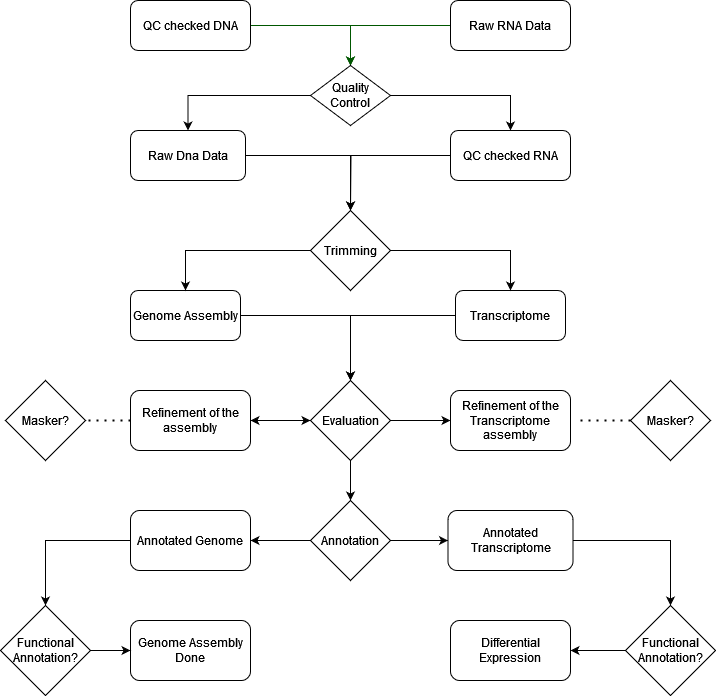
MikeGenes/GenomeProject keeps this draw.io diagram as Genome_Analysis_workflow.drawio.png. Above is the earlier version. Source tidied: cells renumbered, new cells last; positions are measured from the earlier drawing's top-left corner, leaving out a move shared by most shapes.
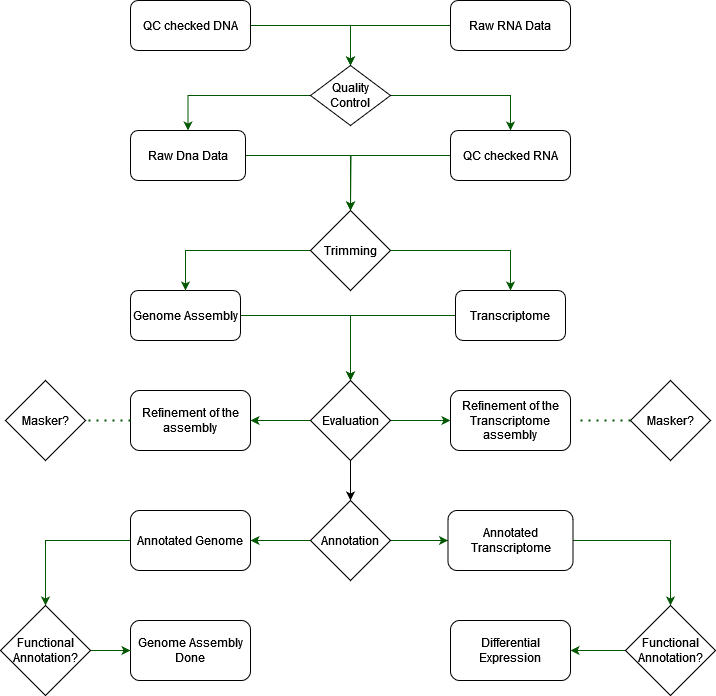
The same diagram one commit later.

Change to the diagram source:
```diff
@@ -2,7 +2,7 @@
   <root>
     <mxCell id="0" />
     <mxCell id="1" parent="0" />
-    <mxCell id="2" style="edgeStyle=orthogonalEdgeStyle;rounded=0;jettySize=auto;html=1;entryX=0.5;entryY=0;entryDx=0;entryDy=0;" parent="1" edge="1" source="3" target="28">
+    <mxCell id="2" style="edgeStyle=orthogonalEdgeStyle;rounded=0;jettySize=auto;html=1;entryX=0.5;entryY=0;entryDx=0;entryDy=0;fillColor=#008a00;strokeColor=#005700;" parent="1" edge="1" source="3" target="28">
       <mxGeometry relative="1" as="geometry" />
     </mxCell>
     <mxCell id="3" value="Raw Dna Data" style="rounded=1;whiteSpace=wrap;html=1;" parent="1" vertex="1">
@@ -14,16 +14,16 @@
     <mxCell id="5" value="QC checked DNA" style="rounded=1;whiteSpace=wrap;html=1;" parent="1" vertex="1">
       <mxGeometry x="130" width="120" height="50" as="geometry" />
     </mxCell>
-    <mxCell id="6" style="edgeStyle=orthogonalEdgeStyle;rounded=0;jettySize=auto;html=1;" parent="1" edge="1" source="7" target="43">
+    <mxCell id="6" style="edgeStyle=orthogonalEdgeStyle;rounded=0;jettySize=auto;html=1;fillColor=#008a00;strokeColor=#005700;" parent="1" edge="1" source="7" target="43">
       <mxGeometry relative="1" as="geometry" />
     </mxCell>
     <mxCell id="7" value="Genome Assembly" style="rounded=1;whiteSpace=wrap;html=1;" parent="1" vertex="1">
       <mxGeometry x="130" y="290" width="110" height="50" as="geometry" />
     </mxCell>
-    <mxCell id="8" style="edgeStyle=orthogonalEdgeStyle;rounded=0;jettySize=auto;html=1;" parent="1" edge="1" source="43" target="11">
+    <mxCell id="8" style="edgeStyle=orthogonalEdgeStyle;rounded=0;jettySize=auto;html=1;fillColor=#008a00;strokeColor=#005700;" parent="1" edge="1" source="43" target="11">
       <mxGeometry relative="1" as="geometry" />
     </mxCell>
-    <mxCell id="9" style="edgeStyle=orthogonalEdgeStyle;rounded=0;jettySize=auto;html=1;" parent="1" edge="1" source="43" target="31">
+    <mxCell id="9" style="edgeStyle=orthogonalEdgeStyle;rounded=0;jettySize=auto;html=1;fillColor=#008a00;strokeColor=#005700;" parent="1" edge="1" source="43" target="31">
       <mxGeometry relative="1" as="geometry" />
     </mxCell>
     <mxCell id="10" style="edgeStyle=orthogonalEdgeStyle;rounded=0;jettySize=auto;html=1;" parent="1" edge="1" source="43" target="15">
@@ -35,16 +35,16 @@
     <mxCell id="12" value="Masker?" style="rhombus;whiteSpace=wrap;html=1;" parent="1" vertex="1">
       <mxGeometry x="5" y="380" width="80" height="80" as="geometry" />
     </mxCell>
-    <mxCell id="13" style="edgeStyle=orthogonalEdgeStyle;rounded=0;jettySize=auto;html=1;" parent="1" edge="1" source="15" target="17">
+    <mxCell id="13" style="edgeStyle=orthogonalEdgeStyle;rounded=0;jettySize=auto;html=1;fillColor=#008a00;strokeColor=#005700;" parent="1" edge="1" source="15" target="17">
       <mxGeometry relative="1" as="geometry" />
     </mxCell>
-    <mxCell id="14" style="edgeStyle=orthogonalEdgeStyle;rounded=0;jettySize=auto;html=1;" parent="1" edge="1" source="15" target="34">
+    <mxCell id="14" style="edgeStyle=orthogonalEdgeStyle;rounded=0;jettySize=auto;html=1;fillColor=#008a00;strokeColor=#005700;" parent="1" edge="1" source="15" target="34">
       <mxGeometry relative="1" as="geometry" />
     </mxCell>
     <mxCell id="15" value="Annotation" style="rhombus;whiteSpace=wrap;html=1;rounded=0;" parent="1" vertex="1">
       <mxGeometry x="310" y="500" width="80" height="80" as="geometry" />
     </mxCell>
-    <mxCell id="16" style="edgeStyle=orthogonalEdgeStyle;rounded=0;jettySize=auto;html=1;" parent="1" edge="1" source="17" target="45">
+    <mxCell id="16" style="edgeStyle=orthogonalEdgeStyle;rounded=0;jettySize=auto;html=1;fillColor=#008a00;strokeColor=#005700;" parent="1" edge="1" source="17" target="45">
       <mxGeometry relative="1" as="geometry" />
     </mxCell>
     <mxCell id="17" value="Annotated Genome" style="whiteSpace=wrap;html=1;rounded=1;" parent="1" vertex="1">
@@ -65,16 +65,16 @@
     <mxCell id="21" value="Raw RNA Data" style="rounded=1;whiteSpace=wrap;html=1;" parent="1" vertex="1">
       <mxGeometry x="450" width="120" height="50" as="geometry" />
     </mxCell>
-    <mxCell id="22" style="edgeStyle=orthogonalEdgeStyle;rounded=0;jettySize=auto;html=1;" parent="1" edge="1" source="24" target="26">
+    <mxCell id="22" style="edgeStyle=orthogonalEdgeStyle;rounded=0;jettySize=auto;html=1;fillColor=#008a00;strokeColor=#005700;" parent="1" edge="1" source="24" target="26">
       <mxGeometry relative="1" as="geometry" />
     </mxCell>
-    <mxCell id="23" style="edgeStyle=orthogonalEdgeStyle;rounded=0;jettySize=auto;html=1;entryX=0.5;entryY=0;entryDx=0;entryDy=0;" parent="1" edge="1" source="24" target="3">
+    <mxCell id="23" style="edgeStyle=orthogonalEdgeStyle;rounded=0;jettySize=auto;html=1;entryX=0.5;entryY=0;entryDx=0;entryDy=0;fillColor=#008a00;strokeColor=#005700;" parent="1" edge="1" source="24" target="3">
       <mxGeometry relative="1" as="geometry" />
     </mxCell>
     <mxCell id="24" value="Quality Control" style="rhombus;whiteSpace=wrap;html=1;" parent="1" vertex="1">
       <mxGeometry x="310" y="65" width="80" height="60" as="geometry" />
     </mxCell>
-    <mxCell id="25" style="edgeStyle=orthogonalEdgeStyle;rounded=0;jettySize=auto;html=1;" parent="1" edge="1" source="26">
+    <mxCell id="25" style="edgeStyle=orthogonalEdgeStyle;rounded=0;jettySize=auto;html=1;fillColor=#008a00;strokeColor=#005700;" parent="1" edge="1" source="26">
       <mxGeometry relative="1" as="geometry">
         <mxPoint x="350" y="210" as="targetPoint" />
       </mxGeometry>
@@ -82,13 +82,13 @@
     <mxCell id="26" value="QC checked RNA" style="rounded=1;whiteSpace=wrap;html=1;" parent="1" vertex="1">
       <mxGeometry x="450" y="130" width="120" height="50" as="geometry" />
     </mxCell>
-    <mxCell id="27" style="edgeStyle=orthogonalEdgeStyle;rounded=0;jettySize=auto;html=1;exitX=0;exitY=0.5;exitDx=0;exitDy=0;entryX=0.5;entryY=0;entryDx=0;entryDy=0;" parent="1" edge="1" source="28" target="7">
+    <mxCell id="27" style="edgeStyle=orthogonalEdgeStyle;rounded=0;jettySize=auto;html=1;exitX=0;exitY=0.5;exitDx=0;exitDy=0;entryX=0.5;entryY=0;entryDx=0;entryDy=0;fillColor=#008a00;strokeColor=#005700;" parent="1" edge="1" source="28" target="7">
       <mxGeometry relative="1" as="geometry" />
     </mxCell>
     <mxCell id="28" value="Trimming" style="rhombus;whiteSpace=wrap;html=1;rounded=0;" parent="1" vertex="1">
       <mxGeometry x="310" y="210" width="80" height="80" as="geometry" />
     </mxCell>
-    <mxCell id="29" style="edgeStyle=orthogonalEdgeStyle;rounded=0;jettySize=auto;html=1;exitX=0;exitY=0.5;exitDx=0;exitDy=0;" parent="1" edge="1" source="30" target="43">
+    <mxCell id="29" style="edgeStyle=orthogonalEdgeStyle;rounded=0;jettySize=auto;html=1;exitX=0;exitY=0.5;exitDx=0;exitDy=0;fillColor=#008a00;strokeColor=#005700;" parent="1" edge="1" source="30" target="43">
       <mxGeometry relative="1" as="geometry" />
     </mxCell>
     <mxCell id="30" value="Transcriptome" style="rounded=1;whiteSpace=wrap;html=1;" parent="1" vertex="1">
@@ -100,13 +100,13 @@
     <mxCell id="32" value="Masker?" style="rhombus;whiteSpace=wrap;html=1;" parent="1" vertex="1">
       <mxGeometry x="630" y="380" width="80" height="80" as="geometry" />
     </mxCell>
-    <mxCell id="33" style="edgeStyle=orthogonalEdgeStyle;rounded=0;jettySize=auto;html=1;" parent="1" edge="1" source="34" target="36">
+    <mxCell id="33" style="edgeStyle=orthogonalEdgeStyle;rounded=0;jettySize=auto;html=1;fillColor=#008a00;strokeColor=#005700;" parent="1" edge="1" source="34" target="36">
       <mxGeometry relative="1" as="geometry" />
     </mxCell>
     <mxCell id="34" value="Annotated Transcriptome" style="whiteSpace=wrap;html=1;rounded=1;" parent="1" vertex="1">
       <mxGeometry x="447.5" y="510" width="125" height="60" as="geometry" />
     </mxCell>
-    <mxCell id="35" style="edgeStyle=orthogonalEdgeStyle;rounded=0;jettySize=auto;html=1;" parent="1" edge="1" source="36" target="37">
+    <mxCell id="35" style="edgeStyle=orthogonalEdgeStyle;rounded=0;jettySize=auto;html=1;fillColor=#008a00;strokeColor=#005700;" parent="1" edge="1" source="36" target="37">
       <mxGeometry relative="1" as="geometry" />
     </mxCell>
     <mxCell id="36" value="Functional Annotation?" style="rhombus;whiteSpace=wrap;html=1;" parent="1" vertex="1">
@@ -118,30 +118,27 @@
     <mxCell id="38" style="edgeStyle=none;curved=1;rounded=0;orthogonalLoop=1;jettySize=auto;html=1;exitX=1;exitY=1;exitDx=0;exitDy=0;fontSize=12;startSize=8;endSize=8;" parent="1" edge="1" source="24" target="24">
       <mxGeometry relative="1" as="geometry" />
     </mxCell>
-    <mxCell id="39" style="edgeStyle=orthogonalEdgeStyle;rounded=0;jettySize=auto;html=1;entryX=0.5;entryY=0;entryDx=0;entryDy=0;" parent="1" edge="1" source="28" target="30">
+    <mxCell id="39" style="edgeStyle=orthogonalEdgeStyle;rounded=0;jettySize=auto;html=1;entryX=0.5;entryY=0;entryDx=0;entryDy=0;fillColor=#008a00;strokeColor=#005700;" parent="1" edge="1" source="28" target="30">
       <mxGeometry relative="1" as="geometry" />
     </mxCell>
-    <mxCell id="40" style="endArrow=none;dashed=1;html=1;dashPattern=1 3;strokeWidth=2;rounded=0;exitX=0;exitY=0.5;exitDx=0;exitDy=0;entryX=1.083;entryY=0.5;entryDx=0;entryDy=0;entryPerimeter=0;" parent="1" edge="1" source="32" target="31">
+    <mxCell id="40" style="endArrow=none;dashed=1;html=1;dashPattern=1 3;strokeWidth=2;rounded=0;exitX=0;exitY=0.5;exitDx=0;exitDy=0;entryX=1.083;entryY=0.5;entryDx=0;entryDy=0;entryPerimeter=0;fillColor=#008a00;strokeColor=#005700;" parent="1" edge="1" source="32" target="31">
       <mxGeometry relative="1" as="geometry">
         <Array as="points">
           <mxPoint x="620" y="420" />
         </Array>
       </mxGeometry>
     </mxCell>
-    <mxCell id="41" style="endArrow=none;dashed=1;html=1;dashPattern=1 3;strokeWidth=2;rounded=0;entryX=1;entryY=0.5;entryDx=0;entryDy=0;exitX=0;exitY=0.5;exitDx=0;exitDy=0;" parent="1" edge="1" source="11" target="12">
+    <mxCell id="41" style="endArrow=none;dashed=1;html=1;dashPattern=1 3;strokeWidth=2;rounded=0;entryX=1;entryY=0.5;entryDx=0;entryDy=0;exitX=0;exitY=0.5;exitDx=0;exitDy=0;fillColor=#008a00;strokeColor=#005700;" parent="1" edge="1" source="11" target="12">
       <mxGeometry relative="1" as="geometry">
         <Array as="points">
           <mxPoint x="110" y="420" />
         </Array>
       </mxGeometry>
     </mxCell>
-    <mxCell id="42" style="edgeStyle=orthogonalEdgeStyle;rounded=0;jettySize=auto;html=1;" parent="1" edge="1" source="11" target="43">
-      <mxGeometry relative="1" as="geometry" />
-    </mxCell>
     <mxCell id="43" value="Evaluation" style="rhombus;whiteSpace=wrap;html=1;rounded=0;" parent="1" vertex="1">
       <mxGeometry x="310" y="380" width="80" height="80" as="geometry" />
     </mxCell>
-    <mxCell id="44" style="edgeStyle=orthogonalEdgeStyle;rounded=0;jettySize=auto;html=1;" parent="1" edge="1" source="45" target="18">
+    <mxCell id="44" style="edgeStyle=orthogonalEdgeStyle;rounded=0;jettySize=auto;html=1;fillColor=#008a00;strokeColor=#005700;" parent="1" edge="1" source="45" target="18">
       <mxGeometry relative="1" as="geometry" />
     </mxCell>
     <mxCell id="45" value="Functional Annotation?" style="rhombus;whiteSpace=wrap;html=1;" parent="1" vertex="1">
```
